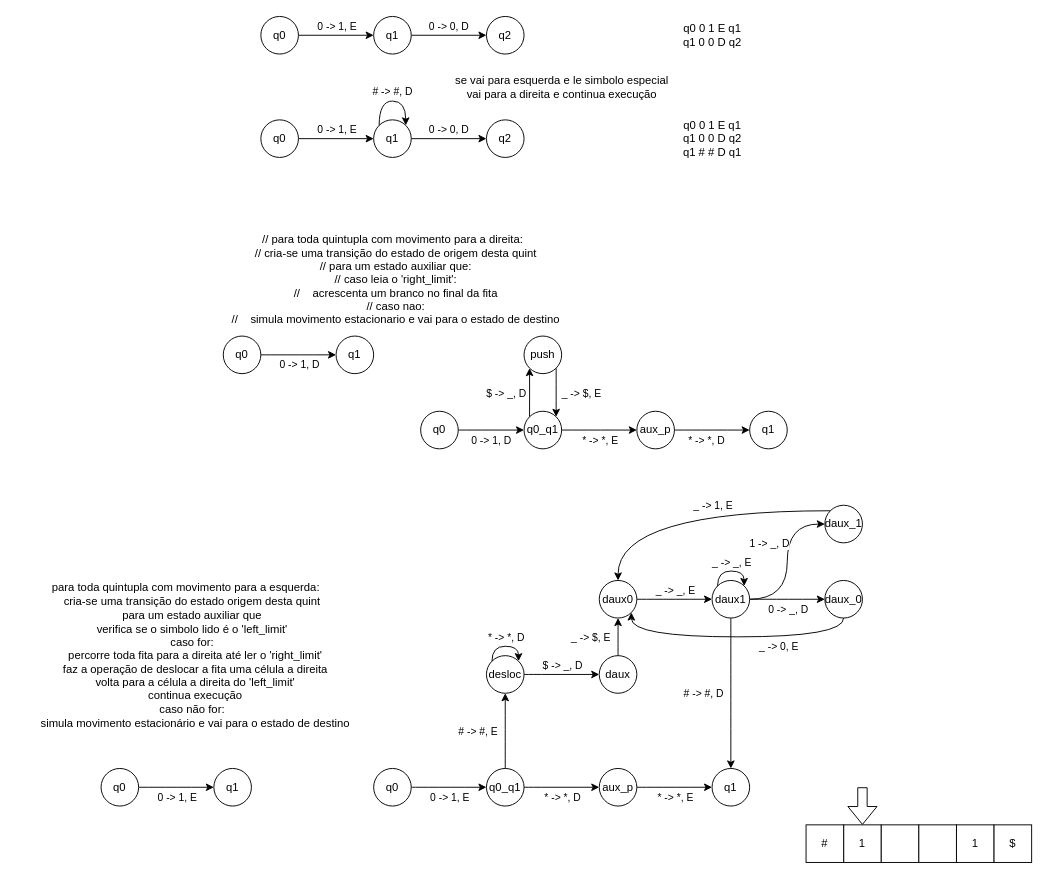
paulora2405/udesc keeps this draw.io diagram as tec/diagramas.drawio. Above is the earlier version. Source tidied: cells renumbered, new cells numbered last; positions are measured from the earlier drawing's top-left corner, leaving out a move shared by most shapes. Both pictures are drawn from the tidied source at 94%, with x=0, y=0 at pixel (16, 16).
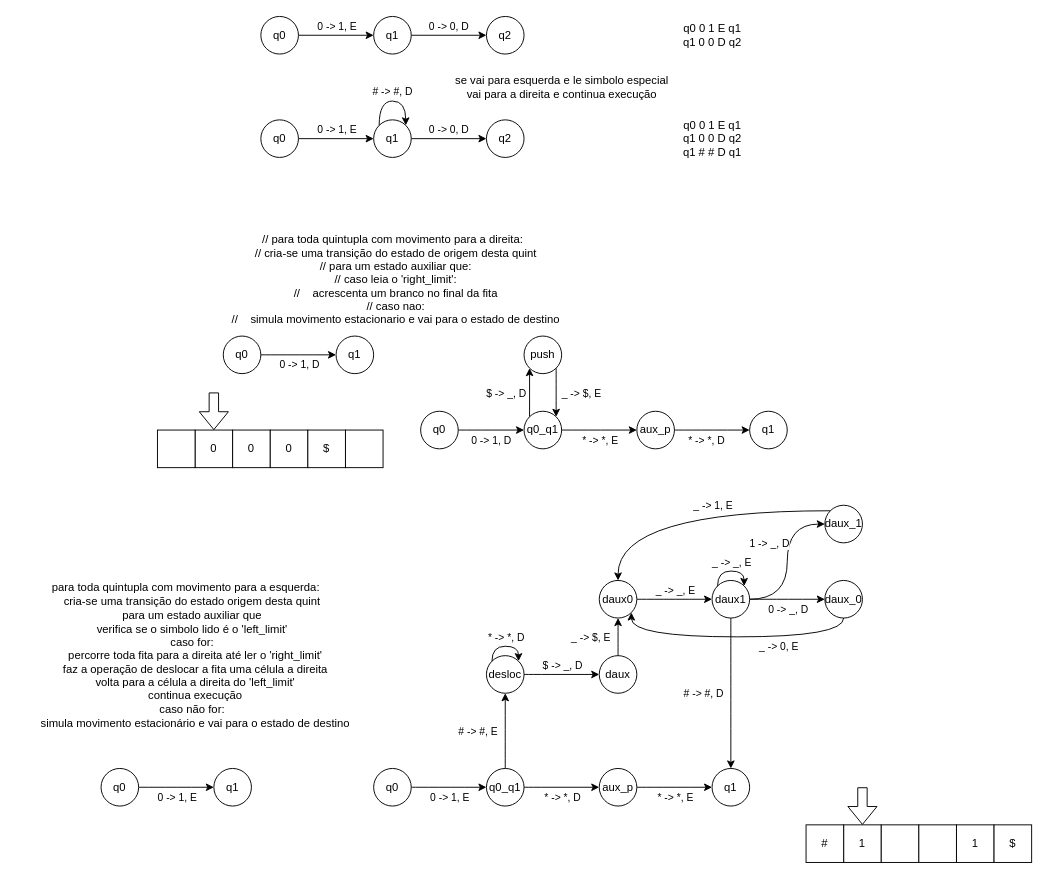
After the change.

The edit, as a diff of the source:
```diff
@@
+    <mxCell id="90" value="0" style="whiteSpace=wrap;html=1;" parent="1" vertex="1">
+      <mxGeometry x="190" y="440" width="40" height="40" as="geometry" />
+    </mxCell>
+    <mxCell id="91" value="0" style="whiteSpace=wrap;html=1;" parent="1" vertex="1">
+      <mxGeometry x="230" y="440" width="40" height="40" as="geometry" />
+    </mxCell>
+    <mxCell id="92" value="0" style="whiteSpace=wrap;html=1;" parent="1" vertex="1">
+      <mxGeometry x="270" y="440" width="40" height="40" as="geometry" />
+    </mxCell>
+    <mxCell id="93" value="$" style="whiteSpace=wrap;html=1;" parent="1" vertex="1">
+      <mxGeometry x="310" y="440" width="40" height="40" as="geometry" />
+    </mxCell>
+    <mxCell id="94" style="whiteSpace=wrap;html=1;" parent="1" vertex="1">
+      <mxGeometry x="350" y="440" width="40" height="40" as="geometry" />
+    </mxCell>
+    <mxCell id="95" style="whiteSpace=wrap;html=1;" parent="1" vertex="1">
+      <mxGeometry x="150" y="440" width="40" height="40" as="geometry" />
+    </mxCell>
+    <mxCell id="96" style="shape=flexArrow;endArrow=classic;html=1;" parent="1" edge="1">
+      <mxGeometry relative="1" as="geometry">
+        <mxPoint x="210" y="400" as="sourcePoint" />
+        <mxPoint x="210" y="440" as="targetPoint" />
+      </mxGeometry>
+    </mxCell>
```
